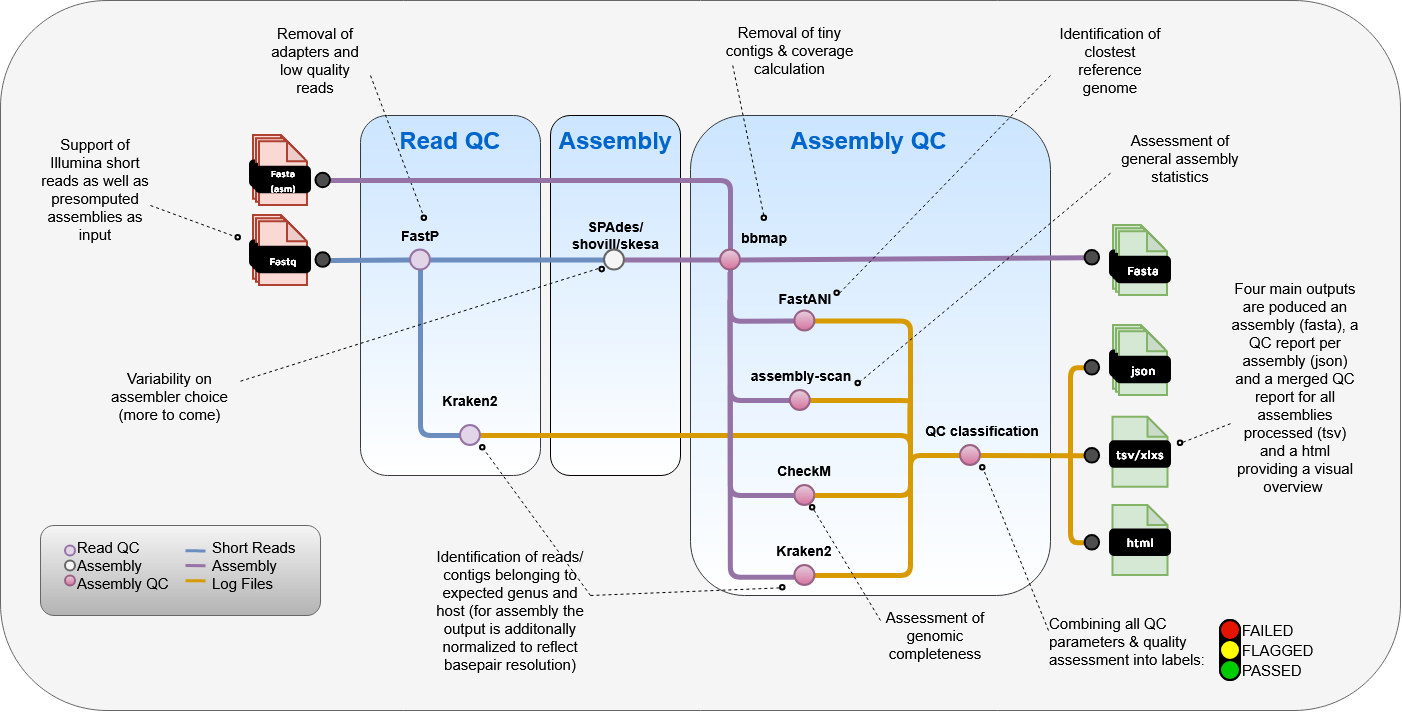
Above: assets/GARI_workflow.png in rki-mf1/GARI (draw.io), before the change. Source tidied: cells renumbered, new cells last; positions are measured from the earlier drawing's top-left corner, leaving out a move shared by most shapes.
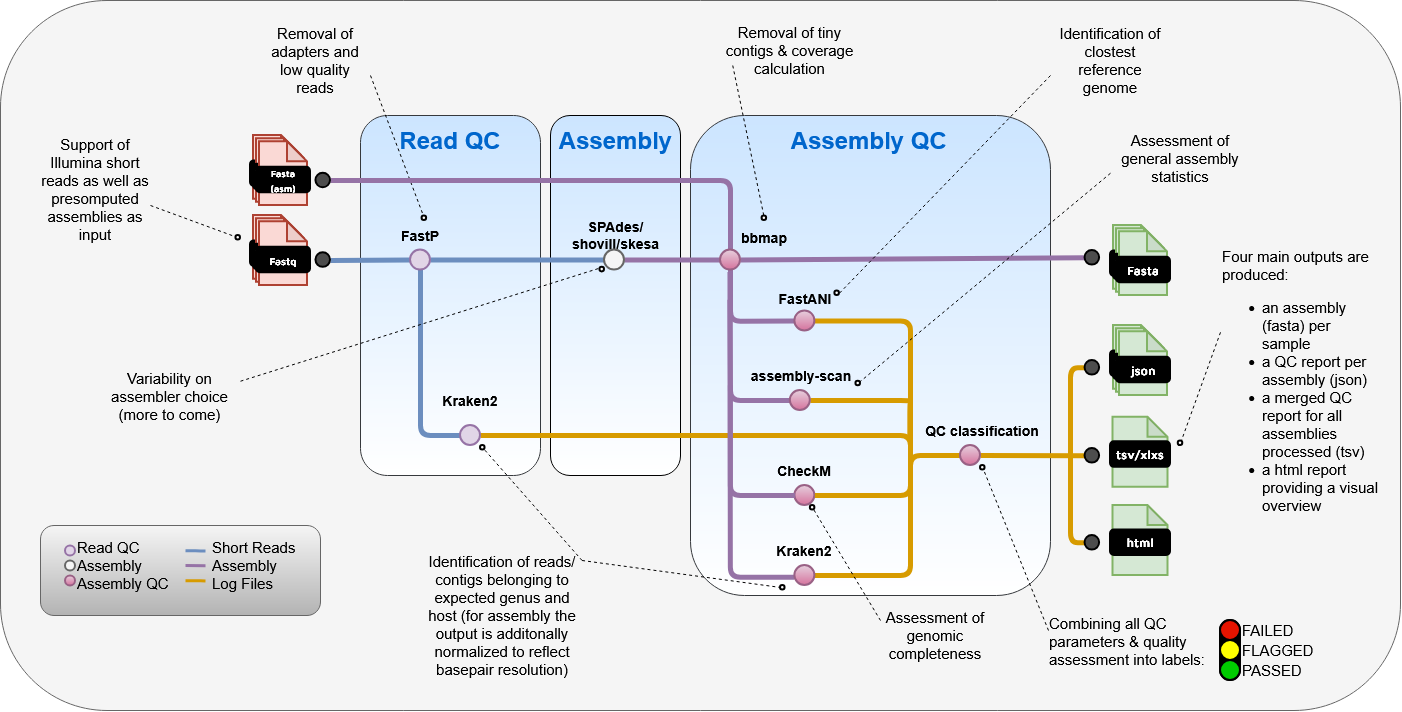
The same diagram one commit later.

Diff of the diagram source:
```diff
@@ -277,7 +277,7 @@
       <mxGeometry x="480" y="445" width="4.5" height="4.5" as="geometry" />
     </mxCell>
     <mxCell id="72" value="&lt;font style=&quot;font-size: 15px;&quot;&gt;Identification of reads/contigs belonging to expected genus and host (for assembly the output is additonally normalized to reflect basepair resolution)&lt;/font&gt;" style="text;html=1;align=center;verticalAlign=middle;whiteSpace=wrap;rounded=0;fontSize=15;" parent="1" vertex="1">
-      <mxGeometry x="430" y="595" width="160" height="30" as="geometry" />
+      <mxGeometry x="421.6" y="560" width="160" height="110" as="geometry" />
     </mxCell>
     <mxCell id="73" style="endArrow=none;dashed=1;html=1;rounded=0;exitX=1;exitY=0;exitDx=0;exitDy=0;" parent="1" edge="1" source="72" target="74">
       <mxGeometry relative="1" as="geometry" />
@@ -335,8 +335,8 @@
         <mxPoint x="1180" y="445" as="targetPoint" />
       </mxGeometry>
     </mxCell>
-    <mxCell id="91" value="&lt;font style=&quot;font-size: 15px;&quot;&gt;Four main outputs are poduced an assembly (fasta), a QC report per assembly (json) and a merged QC report for all assemblies processed (tsv) and a html providing a visual overview&amp;nbsp;&lt;/font&gt;" style="text;html=1;align=center;verticalAlign=middle;whiteSpace=wrap;rounded=0;fontSize=15;" parent="1" vertex="1">
-      <mxGeometry x="1230" y="350.4" width="130" height="72.7" as="geometry" />
+    <mxCell id="91" value="&lt;div align=&quot;left&quot;&gt;&lt;font style=&quot;font-size: 15px;&quot;&gt;Four main outputs are produced:&lt;/font&gt;&lt;/div&gt;&lt;div align=&quot;left&quot;&gt;&lt;ul&gt;&lt;li&gt;&lt;font style=&quot;font-size: 15px;&quot;&gt;an assembly (fasta) per sample&lt;/font&gt;&lt;/li&gt;&lt;li&gt;&lt;font style=&quot;font-size: 15px;&quot;&gt;a QC report per assembly (json)&amp;nbsp;&lt;/font&gt;&lt;/li&gt;&lt;li&gt;&lt;font style=&quot;font-size: 15px;&quot;&gt;a merged QC report for all assemblies processed (tsv)&lt;/font&gt;&lt;/li&gt;&lt;li&gt;&lt;font style=&quot;font-size: 15px;&quot;&gt;a html report providing a visual overview&amp;nbsp;&lt;/font&gt;&lt;/li&gt;&lt;/ul&gt;&lt;/div&gt;" style="text;html=1;align=left;verticalAlign=middle;whiteSpace=wrap;rounded=0;fontSize=15;" parent="1" vertex="1">
+      <mxGeometry x="1220" y="275.9" width="160" height="223.6" as="geometry" />
     </mxCell>
     <mxCell id="92" style="endArrow=none;html=1;rounded=1;strokeWidth=5;fontSize=16;exitX=0.5;exitY=0;exitDx=0;exitDy=0;fillColor=#e1d5e7;strokeColor=#9673a6;entryX=1;entryY=0.5;entryDx=0;entryDy=0;" parent="1" edge="1" target="98">
       <mxGeometry relative="1" as="geometry">
@@ -457,9 +457,14 @@
     <mxCell id="116" style="ellipse;whiteSpace=wrap;html=1;rounded=1;rotation=0;strokeWidth=2;fillColor=#e6d0de;gradientColor=#d5739d;strokeColor=#996185;" parent="1" vertex="1">
       <mxGeometry x="789.8" y="390" width="20" height="20" as="geometry" />
     </mxCell>
-    <mxCell id="117" style="endArrow=none;dashed=1;html=1;rounded=0;exitX=0;exitY=1;exitDx=0;exitDy=0;exitPerimeter=0;" parent="1" edge="1" source="91" target="118">
+    <mxCell id="117" style="endArrow=none;dashed=1;html=1;rounded=0;exitX=0;exitY=0.25;exitDx=0;exitDy=0;" parent="1" edge="1" source="91" target="118">
       <mxGeometry relative="1" as="geometry" />
     </mxCell>
+    <mxCell id="139" style="edgeStyle=orthogonalEdgeStyle;rounded=0;jettySize=auto;html=1;exitX=1;exitY=0;exitDx=0;exitDy=0;defaultLabelBackgroundColor=page;" parent="1" edge="1" source="118">
+      <mxGeometry relative="1" as="geometry">
+        <mxPoint x="1181.9" y="441.4" as="targetPoint" />
+      </mxGeometry>
+    </mxCell>
     <mxCell id="118" style="ellipse;whiteSpace=wrap;html=1;rounded=1;rotation=0;strokeWidth=2;" parent="1" vertex="1">
       <mxGeometry x="1177.7" y="440.5" width="4.5" height="4.5" as="geometry" />
     </mxCell>
```
